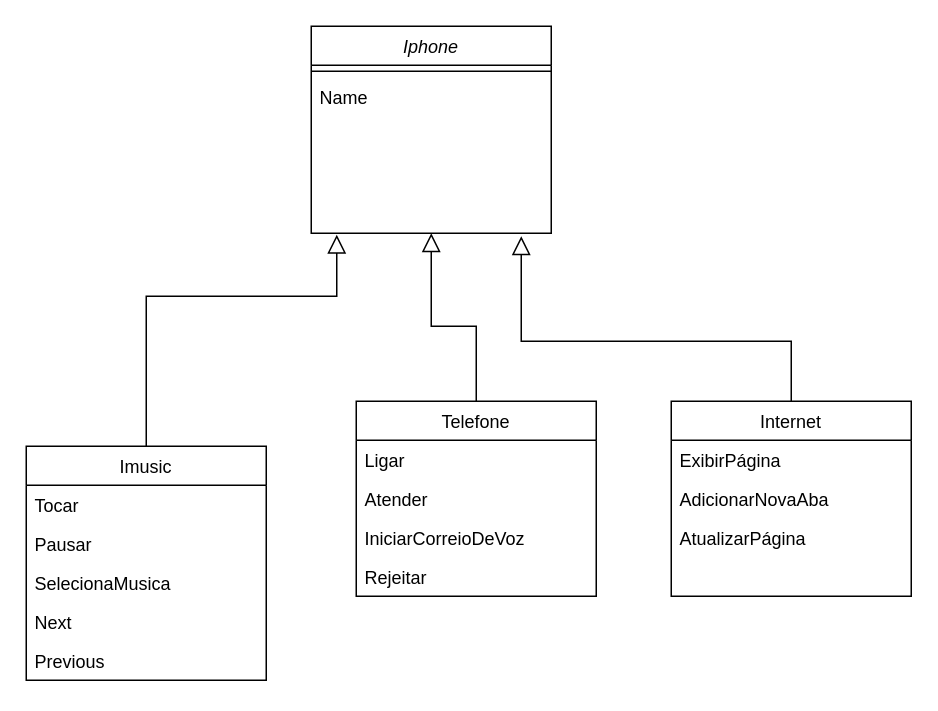
Before: Untitled Diagram.drawio in jonnypaiva/Iphone, a draw.io diagram. Source tidied: cells renumbered, new cells numbered last; positions are measured from the earlier drawing's top-left corner, leaving out a move shared by most shapes. Both pictures are drawn from the tidied source at 150%, with x=0, y=0 at pixel (26, 26).
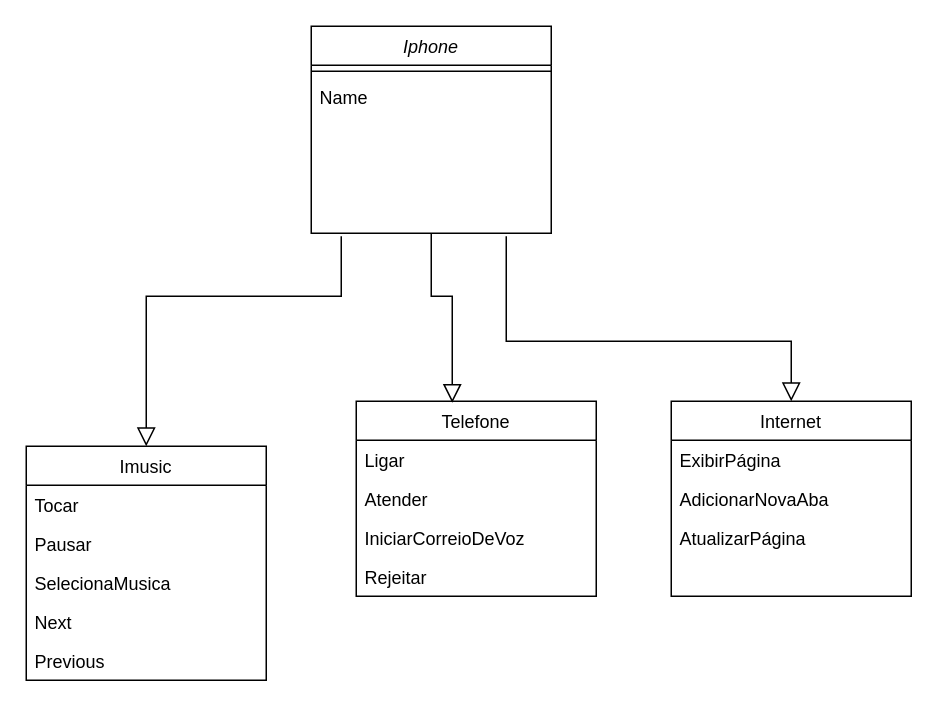
The same page after the edit.

Unchanged cells that the change refers to:
```xml
<mxCell id="2" value="Iphone" style="swimlane;fontStyle=2;align=center;verticalAlign=top;horizontal=1;startSize=26;rounded=0;shadow=0;strokeWidth=1;" parent="1" vertex="1">
  <mxGeometry x="190" width="160" height="138" as="geometry" />
</mxCell>
<mxCell id="5" value="Imusic" style="swimlane;fontStyle=0;align=center;verticalAlign=top;horizontal=1;startSize=26;rounded=0;shadow=0;strokeWidth=1;" parent="1" vertex="1">
  <mxGeometry y="280" width="160" height="156" as="geometry" />
</mxCell>
<mxCell id="12" value="Telefone" style="swimlane;fontStyle=0;align=center;verticalAlign=top;horizontal=1;startSize=26;rounded=0;shadow=0;strokeWidth=1;" parent="1" vertex="1">
  <mxGeometry x="220" y="250" width="160" height="130" as="geometry" />
</mxCell>
<mxCell id="17" value="Internet" style="swimlane;fontStyle=0;align=center;verticalAlign=top;horizontal=1;startSize=26;rounded=0;shadow=0;strokeWidth=1;" parent="1" vertex="1">
  <mxGeometry x="430" y="250" width="160" height="130" as="geometry" />
</mxCell>
```

What changed in the source:
```diff
@@
-    <mxCell id="11" style="endArrow=block;endSize=10;endFill=0;shadow=0;strokeWidth=1;rounded=0;curved=0;edgeStyle=elbowEdgeStyle;elbow=vertical;exitX=0.5;exitY=0;exitDx=0;exitDy=0;entryX=0.106;entryY=1.038;entryDx=0;entryDy=0;entryPerimeter=0;" parent="1" edge="1" source="5">
+    <mxCell id="11" style="endArrow=block;endSize=10;endFill=0;shadow=0;strokeWidth=1;rounded=0;curved=0;edgeStyle=elbowEdgeStyle;elbow=vertical;entryX=0.5;entryY=0;entryDx=0;entryDy=0;" parent="1" edge="1" target="5">
       <mxGeometry relative="1" as="geometry">
-        <mxPoint x="207" y="139" as="targetPoint" />
+        <mxPoint x="210" y="140" as="sourcePoint" />
         <Array as="points">
           <mxPoint x="160" y="180" />
         </Array>
       </mxGeometry>
     </mxCell>
@@
-    <mxCell id="21" style="endArrow=block;endSize=10;endFill=0;shadow=0;strokeWidth=1;rounded=0;curved=0;edgeStyle=elbowEdgeStyle;elbow=vertical;entryX=0.5;entryY=1;entryDx=0;entryDy=0;exitX=0.5;exitY=0;exitDx=0;exitDy=0;" parent="1" edge="1" source="12" target="2">
+    <mxCell id="21" style="endArrow=block;endSize=10;endFill=0;shadow=0;strokeWidth=1;rounded=0;curved=0;edgeStyle=elbowEdgeStyle;elbow=vertical;entryX=0.4;entryY=0.008;entryDx=0;entryDy=0;exitX=0.5;exitY=1;exitDx=0;exitDy=0;entryPerimeter=0;" parent="1" edge="1" source="2" target="12">
       <mxGeometry relative="1" as="geometry">
         <Array as="points">
+          <mxPoint x="240" y="180" />
           <mxPoint x="300" y="200" />
         </Array>
       </mxGeometry>
     </mxCell>
-    <mxCell id="22" style="endArrow=block;endSize=10;endFill=0;shadow=0;strokeWidth=1;rounded=0;curved=0;edgeStyle=elbowEdgeStyle;elbow=vertical;exitX=0.5;exitY=0;exitDx=0;exitDy=0;" parent="1" edge="1" source="17">
+    <mxCell id="22" style="endArrow=block;endSize=10;endFill=0;shadow=0;strokeWidth=1;rounded=0;curved=0;edgeStyle=elbowEdgeStyle;elbow=vertical;entryX=0.5;entryY=0;entryDx=0;entryDy=0;" parent="1" edge="1" target="17">
       <mxGeometry relative="1" as="geometry">
-        <mxPoint x="330" y="140" as="targetPoint" />
+        <mxPoint x="320" y="140" as="sourcePoint" />
         <Array as="points">
           <mxPoint x="340" y="210" />
         </Array>
       </mxGeometry>
     </mxCell>
```
